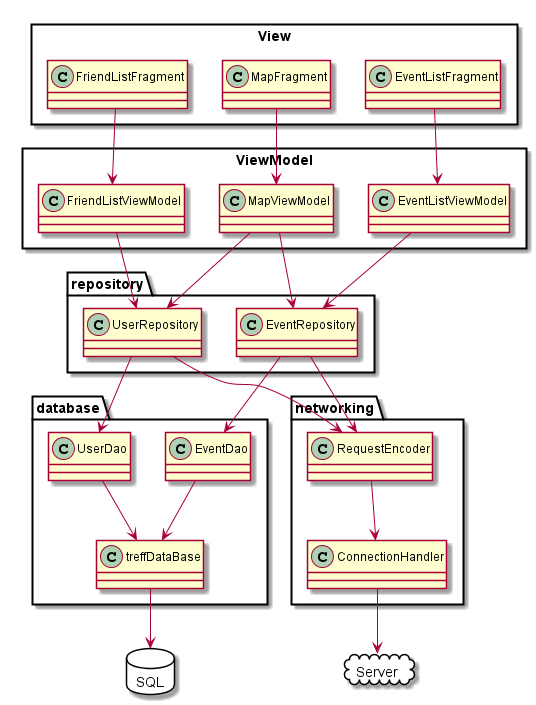
V0G3L/treff. keeps this PlantUML diagram as entwurf/images/database.png. Above is the earlier version.
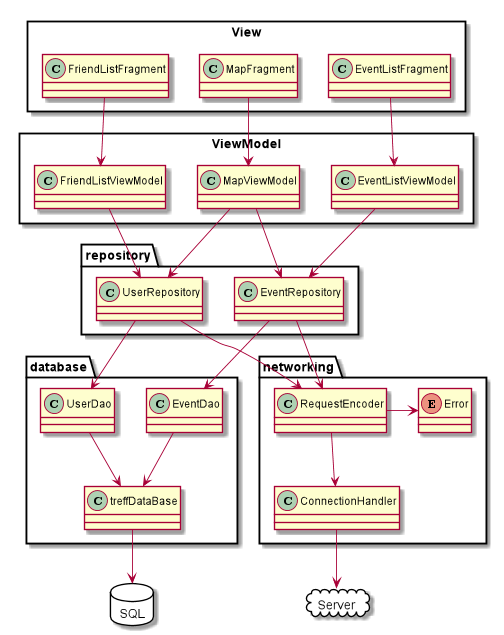
Above is the later version.

Commit message:
Added Error handling in tex as well as code

The edit, as a diff of the source:
```diff
@@ -32,6 +32,7 @@
 treffDataBase <-down- EventDao
 
 package networking {
+    enum Error
     class RequestEncoder
     class ConnectionHandler
 }
@@ -47,6 +48,7 @@
 EventDao <-down- EventRepository
 RequestEncoder <-left- EventRepository
 ConnectionHandler <-down- RequestEncoder
+Error <-right- RequestEncoder
 Server <-down- ConnectionHandler
 
 package SQL <<Database>> {
```
